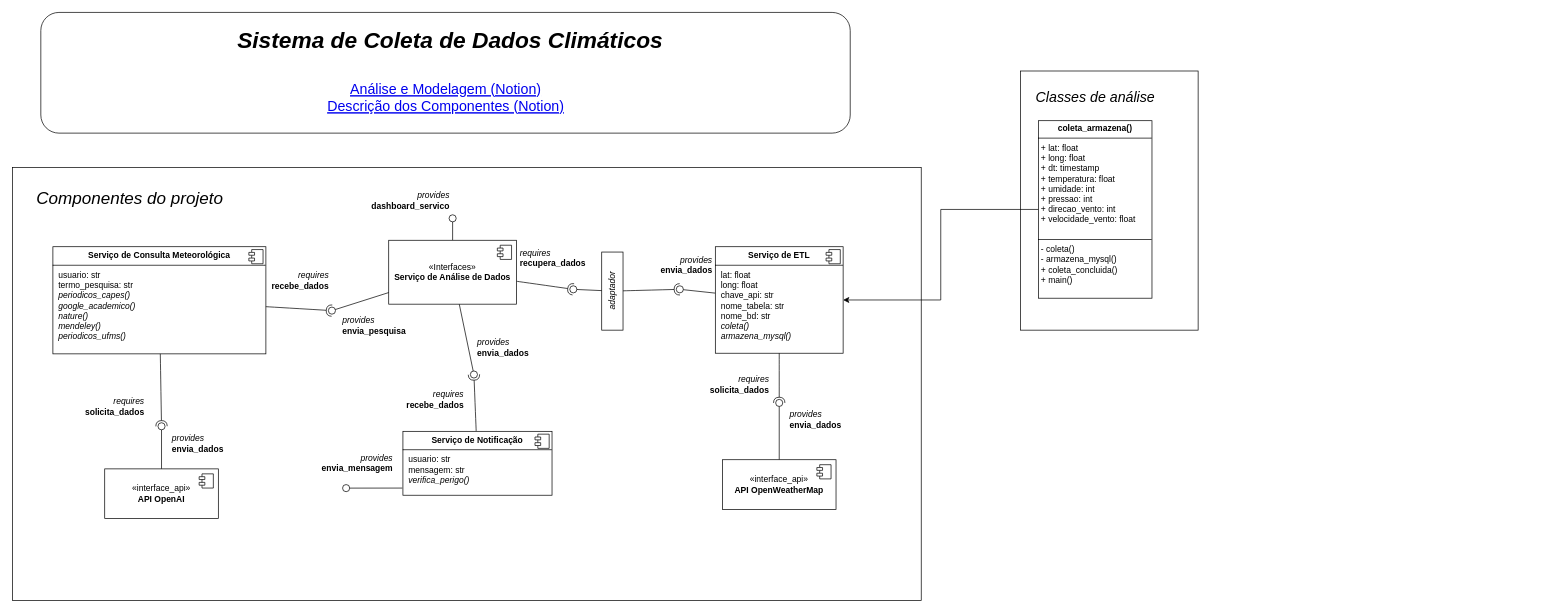
budkee/news_on_weather keeps this draw.io diagram as projeto_software.drawio. Above is the earlier version. Source tidied: cells renumbered, new cells numbered last; positions are measured from the earlier drawing's top-left corner, leaving out a move shared by most shapes. Both pictures are drawn from the tidied source at 71%, with x=0, y=0 at pixel (12, 12).
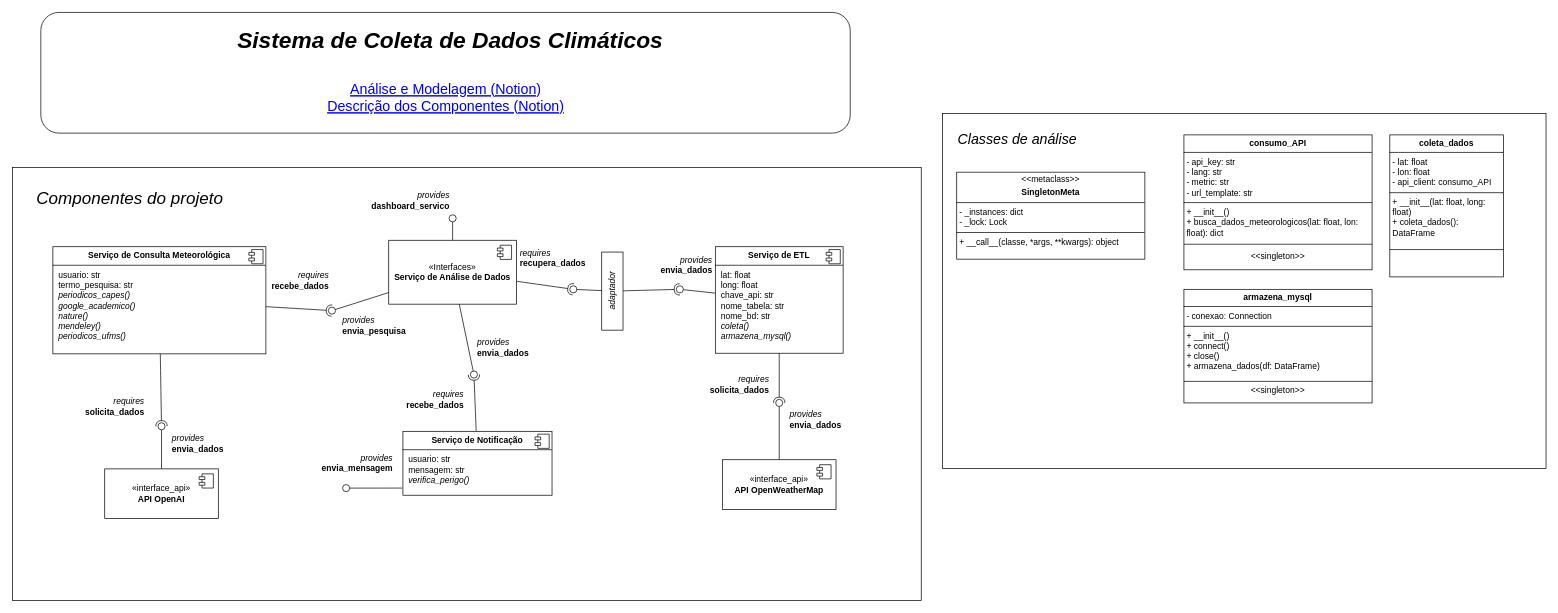
Above is the later version.

Unchanged cells that the change refers to:
```xml
<mxCell id="16" value="&lt;p style=&quot;margin:0px;margin-top:6px;text-align:center;&quot;&gt;&lt;b&gt;Serviço de ETL&lt;/b&gt;&lt;/p&gt;&lt;hr size=&quot;1&quot; style=&quot;border-style:solid;&quot;&gt;&lt;p style=&quot;margin:0px;margin-left:8px;&quot;&gt;lat: float&lt;/p&gt;&lt;p style=&quot;margin:0px;margin-left:8px;&quot;&gt;long: float&lt;/p&gt;&lt;p style=&quot;margin:0px;margin-left:8px;&quot;&gt;chave_api: str&lt;/p&gt;&lt;p style=&quot;margin:0px;margin-left:8px;&quot;&gt;nome_tabela: str&lt;/p&gt;&lt;p style=&quot;margin:0px;margin-left:8px;&quot;&gt;nome_bd: str&lt;/p&gt;&lt;p style=&quot;margin:0px;margin-left:8px;&quot;&gt;&lt;i&gt;coleta()&lt;/i&gt;&lt;/p&gt;&lt;p style=&quot;margin:0px;margin-left:8px;&quot;&gt;&lt;i&gt;armazena_mysql()&lt;/i&gt;&lt;/p&gt;" style="align=left;overflow=fill;html=1;whiteSpace=wrap;" parent="1" vertex="1">
  <mxGeometry x="990" y="330" width="180" height="150" as="geometry" />
</mxCell>
```

Diff of the diagram source:
```diff
@@
-    <mxCell id="7" style="group;" parent="1" vertex="1">
-      <mxGeometry x="1420" y="82.5" width="250" height="365" as="geometry" />
+    <mxCell id="7" style="group;strokeColor=none;" parent="1" vertex="1">
+      <mxGeometry x="1310" y="142.5" width="850" height="500" as="geometry" />
     </mxCell>
     <mxCell id="8" style="rounded=0;whiteSpace=wrap;html=1;" parent="7" vertex="1">
-      <mxGeometry width="250" height="365" as="geometry" />
+      <mxGeometry width="850" height="500" as="geometry" />
     </mxCell>
@@
+    <mxCell id="58" value="&lt;p style=&quot;margin:0px;margin-top:4px;text-align:center;&quot;&gt;&lt;b&gt;coleta_dados&lt;/b&gt;&lt;/p&gt;&lt;hr size=&quot;1&quot; style=&quot;border-style:solid;&quot;&gt;&lt;p style=&quot;margin:0px;margin-left:4px;&quot;&gt;- lat: float&lt;/p&gt;&lt;p style=&quot;margin:0px;margin-left:4px;&quot;&gt;- lon: float&lt;/p&gt;&lt;p style=&quot;margin:0px;margin-left:4px;&quot;&gt;- api_client: consumo_API&lt;/p&gt;&lt;hr size=&quot;1&quot; style=&quot;border-style:solid;&quot;&gt;&lt;p style=&quot;margin:0px;margin-left:4px;&quot;&gt;+ __init__(lat: float, long: float)&lt;/p&gt;&lt;p style=&quot;margin:0px;margin-left:4px;&quot;&gt;+ coleta_dados(): DataFrame&lt;/p&gt;" style="verticalAlign=top;align=left;overflow=fill;html=1;whiteSpace=wrap;" parent="7" vertex="1">
+      <mxGeometry x="630" y="30" width="160" height="200" as="geometry" />
+    </mxCell>
+    <mxCell id="59" value="&lt;p style=&quot;margin:0px;margin-top:4px;text-align:center;&quot;&gt;&amp;lt;&amp;lt;metaclass&amp;gt;&amp;gt;&lt;b&gt;&lt;br&gt;&lt;/b&gt;&lt;/p&gt;&lt;p style=&quot;margin:0px;margin-top:4px;text-align:center;&quot;&gt;&lt;b&gt;SingletonMeta&lt;/b&gt;&lt;/p&gt;&lt;hr size=&quot;1&quot; style=&quot;border-style:solid;&quot;&gt;&lt;p style=&quot;margin:0px;margin-left:4px;&quot;&gt;- _instances: dict&lt;/p&gt;&lt;p style=&quot;margin:0px;margin-left:4px;&quot;&gt;- _lock: Lock&lt;br&gt;&lt;/p&gt;&lt;hr size=&quot;1&quot; style=&quot;border-style:solid;&quot;&gt;&lt;p style=&quot;margin:0px;margin-left:4px;&quot;&gt;+ __call__(classe, *args, **kwargs): object&lt;/p&gt;" style="verticalAlign=top;align=left;overflow=fill;html=1;whiteSpace=wrap;" parent="7" vertex="1">
+      <mxGeometry x="20" y="82.5" width="265" height="122.5" as="geometry" />
+    </mxCell>
+    <mxCell id="60" style="group;" parent="7" vertex="1">
+      <mxGeometry x="340" y="30" width="265" height="190" as="geometry" />
+    </mxCell>
-    <mxCell id="10" value="&lt;p style=&quot;margin:0px;margin-top:4px;text-align:center;&quot;&gt;&lt;b&gt;coleta_armazena()&lt;/b&gt;&lt;/p&gt;&lt;hr size=&quot;1&quot; style=&quot;border-style:solid;&quot;&gt;&lt;p style=&quot;margin:0px;margin-left:4px;&quot;&gt;+ lat: float&lt;/p&gt;&lt;p style=&quot;margin:0px;margin-left:4px;&quot;&gt;+ long: float&lt;/p&gt;&lt;p style=&quot;margin:0px;margin-left:4px;&quot;&gt;+ dt: timestamp&lt;span style=&quot;background-color: initial;&quot;&gt;&lt;br&gt;&lt;/span&gt;&lt;/p&gt;&lt;p style=&quot;margin:0px;margin-left:4px;&quot;&gt;&lt;span style=&quot;background-color: initial;&quot;&gt;+ temperatura: float&lt;/span&gt;&lt;/p&gt;&lt;p style=&quot;margin:0px;margin-left:4px;&quot;&gt;&lt;span style=&quot;background-color: initial;&quot;&gt;+ umidade: int&lt;/span&gt;&lt;/p&gt;&lt;p style=&quot;margin:0px;margin-left:4px;&quot;&gt;&lt;span style=&quot;background-color: initial;&quot;&gt;+ pressao: int&lt;/span&gt;&lt;/p&gt;&lt;p style=&quot;margin:0px;margin-left:4px;&quot;&gt;&lt;span style=&quot;background-color: initial;&quot;&gt;+ direcao_vento: int&lt;/span&gt;&lt;/p&gt;&lt;p style=&quot;margin:0px;margin-left:4px;&quot;&gt;&lt;span style=&quot;background-color: initial;&quot;&gt;+ velocidade_vento: float&lt;/span&gt;&lt;/p&gt;&lt;p style=&quot;margin:0px;margin-left:4px;&quot;&gt;&lt;br&gt;&lt;/p&gt;&lt;hr size=&quot;1&quot; style=&quot;border-style:solid;&quot;&gt;&lt;p style=&quot;margin:0px;margin-left:4px;&quot;&gt;- coleta()&lt;/p&gt;&lt;p style=&quot;margin:0px;margin-left:4px;&quot;&gt;- armazena_mysql()&lt;/p&gt;&lt;p style=&quot;margin:0px;margin-left:4px;&quot;&gt;+ coleta_concluida()&lt;/p&gt;&lt;p style=&quot;margin:0px;margin-left:4px;&quot;&gt;+ main()&lt;/p&gt;" style="verticalAlign=top;align=left;overflow=fill;html=1;whiteSpace=wrap;" parent="7" vertex="1">
-      <mxGeometry x="25" y="70" width="160" height="250" as="geometry" />
+    <mxCell id="10" value="&lt;p style=&quot;margin:0px;margin-top:4px;text-align:center;&quot;&gt;&lt;b style=&quot;background-color: initial;&quot;&gt;consumo_API&lt;/b&gt;&lt;br&gt;&lt;/p&gt;&lt;hr size=&quot;1&quot; style=&quot;border-style:solid;&quot;&gt;&lt;p style=&quot;margin:0px;margin-left:4px;&quot;&gt;- api_key: str&lt;/p&gt;&lt;p style=&quot;margin:0px;margin-left:4px;&quot;&gt;- lang: str&lt;/p&gt;&lt;p style=&quot;margin:0px;margin-left:4px;&quot;&gt;- metric: str&lt;/p&gt;&lt;p style=&quot;margin:0px;margin-left:4px;&quot;&gt;- url_template: str&lt;/p&gt;&lt;hr size=&quot;1&quot; style=&quot;border-style:solid;&quot;&gt;&lt;p style=&quot;margin:0px;margin-left:4px;&quot;&gt;+ __init__()&lt;/p&gt;&lt;p style=&quot;margin:0px;margin-left:4px;&quot;&gt;+ busca_dados_meteorologicos(lat: float, lon: float): dict&lt;/p&gt;&lt;p style=&quot;margin:0px;margin-left:4px;&quot;&gt;&lt;br&gt;&lt;/p&gt;&lt;p style=&quot;margin: 4px 0px 0px; text-align: center;&quot;&gt;&amp;lt;&amp;lt;singleton&amp;gt;&amp;gt;&lt;b&gt;&lt;br&gt;&lt;/b&gt;&lt;/p&gt;&lt;div&gt;&lt;br&gt;&lt;/div&gt;" style="verticalAlign=top;align=left;overflow=fill;html=1;whiteSpace=wrap;" parent="60" vertex="1">
+      <mxGeometry width="265" height="190" as="geometry" />
     </mxCell>
+    <mxCell id="61" style="line;strokeWidth=1;fillColor=none;align=left;verticalAlign=middle;spacingTop=-1;spacingLeft=3;spacingRight=3;labelPosition=right;strokeColor=default;" parent="60" vertex="1">
+      <mxGeometry y="150" width="265" height="8" as="geometry" />
+    </mxCell>
+    <mxCell id="62" style="group;" parent="7" vertex="1">
+      <mxGeometry x="340" y="247.5" width="265" height="160" as="geometry" />
+    </mxCell>
+    <mxCell id="63" value="&lt;p style=&quot;margin:0px;margin-top:4px;text-align:center;&quot;&gt;&lt;b&gt;armazena_mysql&lt;/b&gt;&lt;br&gt;&lt;/p&gt;&lt;hr size=&quot;1&quot; style=&quot;border-style:solid;&quot;&gt;&lt;p style=&quot;margin:0px;margin-left:4px;&quot;&gt;- conexao: Connection&lt;br&gt;&lt;/p&gt;&lt;hr size=&quot;1&quot; style=&quot;border-style:solid;&quot;&gt;&lt;p style=&quot;margin:0px;margin-left:4px;&quot;&gt;+ __init__()&lt;/p&gt;&lt;p style=&quot;margin:0px;margin-left:4px;&quot;&gt;+ connect()&lt;/p&gt;&lt;p style=&quot;margin:0px;margin-left:4px;&quot;&gt;+ close()&lt;/p&gt;&lt;p style=&quot;margin:0px;margin-left:4px;&quot;&gt;+ armazena_dados(df: DataFrame)&lt;/p&gt;&lt;p style=&quot;margin:0px;margin-left:4px;&quot;&gt;&lt;br&gt;&lt;/p&gt;&lt;p style=&quot;margin: 4px 0px 0px; text-align: center;&quot;&gt;&amp;lt;&amp;lt;singleton&amp;gt;&amp;gt;&lt;b&gt;&lt;br&gt;&lt;/b&gt;&lt;/p&gt;&lt;div&gt;&lt;br&gt;&lt;/div&gt;" style="verticalAlign=top;align=left;overflow=fill;html=1;whiteSpace=wrap;" parent="62" vertex="1">
+      <mxGeometry width="265" height="160" as="geometry" />
+    </mxCell>
+    <mxCell id="64" style="line;strokeWidth=1;fillColor=none;align=left;verticalAlign=middle;spacingTop=-1;spacingLeft=3;spacingRight=3;labelPosition=right;strokeColor=default;" parent="62" vertex="1">
+      <mxGeometry y="126.3" width="265" height="6.7" as="geometry" />
+    </mxCell>
+    <mxCell id="65" style="line;strokeWidth=1;fillColor=none;align=left;verticalAlign=middle;spacingTop=-1;spacingLeft=3;spacingRight=3;labelPosition=right;strokeColor=default;" parent="7" vertex="1">
+      <mxGeometry x="630" y="187.5" width="160" height="8" as="geometry" />
+    </mxCell>
@@
-    <mxCell id="12" style="edgeStyle=orthogonalEdgeStyle;rounded=0;jettySize=auto;html=1;" parent="1" edge="1" source="10" target="16">
-      <mxGeometry relative="1" as="geometry" />
-    </mxCell>
```
